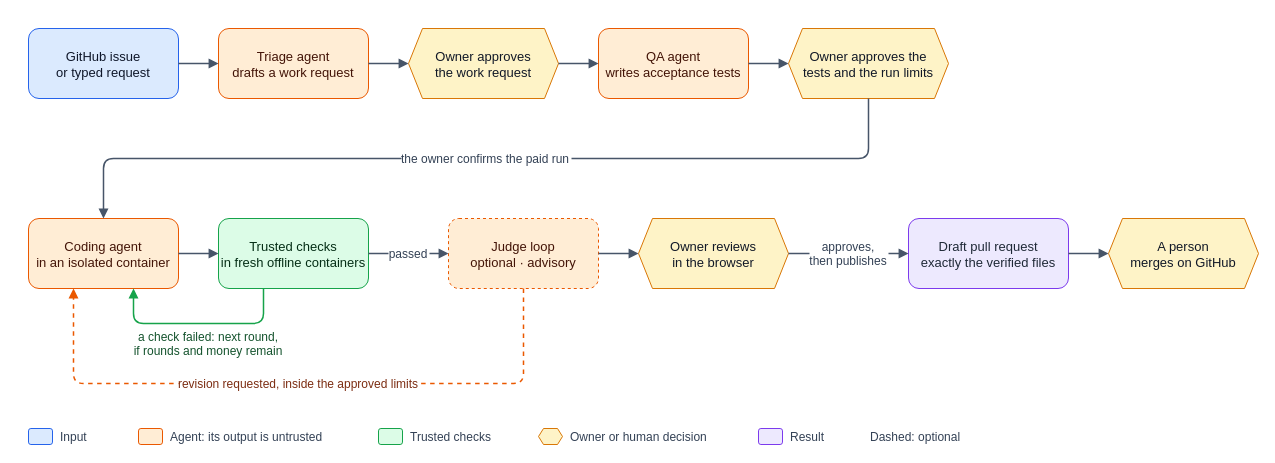
This is diagrams/mvp-workflow.drawio from mikara89/factory-engineering-portal, a draw.io file, before an edit. Source tidied: cells renumbered, new cells numbered last; positions are measured from the earlier drawing's top-left corner, leaving out a move shared by most shapes. Both pictures are drawn from the tidied source at 100%, with x=0, y=0 at pixel (28, 28).
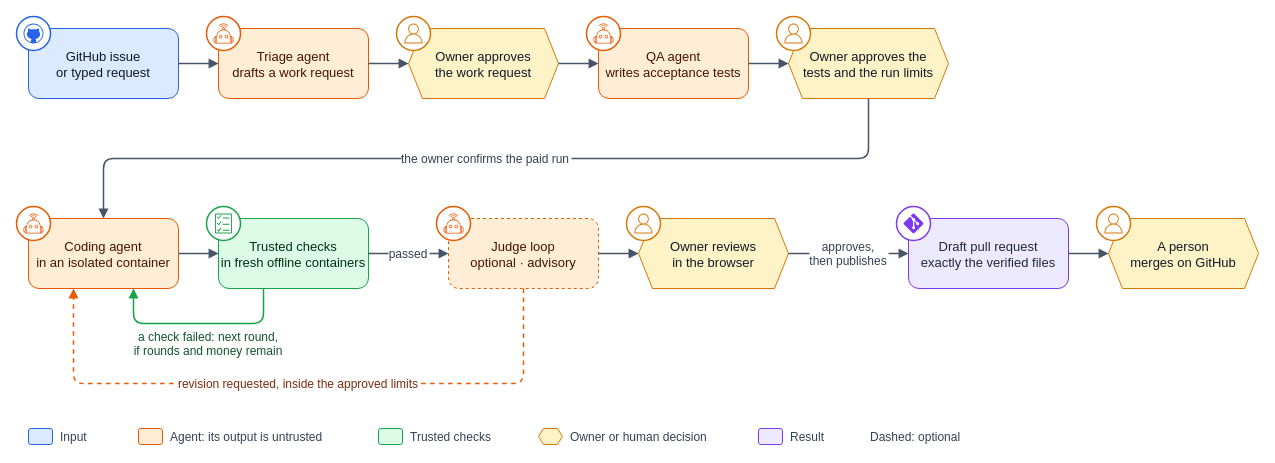
Above is the later version.

What changed in the source:
```diff
@@
+    <mxCell id="36" style="ellipse;fillColor=#FFFFFF;strokeColor=#2563eb;strokeWidth=1.5;html=0;" parent="1" vertex="1">
+      <mxGeometry x="-12" y="-12" width="34" height="34" as="geometry" />
+    </mxCell>
+    <mxCell id="37" style="shape=mxgraph.azure.github_code;fillColor=#2563eb;strokeColor=none;html=0;" parent="1" vertex="1">
+      <mxGeometry x="-5" y="-5" width="20" height="20" as="geometry" />
+    </mxCell>
+    <mxCell id="38" style="ellipse;fillColor=#FFFFFF;strokeColor=#ea5800;strokeWidth=1.5;html=0;" parent="1" vertex="1">
+      <mxGeometry x="178" y="-12" width="34" height="34" as="geometry" />
+    </mxCell>
+    <mxCell id="39" style="shape=mxgraph.aws4.robotics;fillColor=#ea5800;strokeColor=none;html=0;" parent="1" vertex="1">
+      <mxGeometry x="185" y="-5" width="20" height="20" as="geometry" />
+    </mxCell>
+    <mxCell id="40" style="ellipse;fillColor=#FFFFFF;strokeColor=#d97706;strokeWidth=1.5;html=0;" parent="1" vertex="1">
+      <mxGeometry x="368" y="-12" width="34" height="34" as="geometry" />
+    </mxCell>
+    <mxCell id="41" style="shape=mxgraph.aws4.user;fillColor=#d97706;strokeColor=none;html=0;" parent="1" vertex="1">
+      <mxGeometry x="375" y="-5" width="20" height="20" as="geometry" />
+    </mxCell>
+    <mxCell id="42" style="ellipse;fillColor=#FFFFFF;strokeColor=#ea5800;strokeWidth=1.5;html=0;" parent="1" vertex="1">
+      <mxGeometry x="558" y="-12" width="34" height="34" as="geometry" />
+    </mxCell>
+    <mxCell id="43" style="shape=mxgraph.aws4.robotics;fillColor=#ea5800;strokeColor=none;html=0;" parent="1" vertex="1">
+      <mxGeometry x="565" y="-5" width="20" height="20" as="geometry" />
+    </mxCell>
+    <mxCell id="44" style="ellipse;fillColor=#FFFFFF;strokeColor=#d97706;strokeWidth=1.5;html=0;" parent="1" vertex="1">
+      <mxGeometry x="748" y="-12" width="34" height="34" as="geometry" />
+    </mxCell>
+    <mxCell id="45" style="shape=mxgraph.aws4.user;fillColor=#d97706;strokeColor=none;html=0;" parent="1" vertex="1">
+      <mxGeometry x="755" y="-5" width="20" height="20" as="geometry" />
+    </mxCell>
+    <mxCell id="46" style="ellipse;fillColor=#FFFFFF;strokeColor=#ea5800;strokeWidth=1.5;html=0;" parent="1" vertex="1">
+      <mxGeometry x="-12" y="178" width="34" height="34" as="geometry" />
+    </mxCell>
+    <mxCell id="47" style="shape=mxgraph.aws4.robotics;fillColor=#ea5800;strokeColor=none;html=0;" parent="1" vertex="1">
+      <mxGeometry x="-5" y="185" width="20" height="20" as="geometry" />
+    </mxCell>
+    <mxCell id="48" style="ellipse;fillColor=#FFFFFF;strokeColor=#16a34a;strokeWidth=1.5;html=0;" parent="1" vertex="1">
+      <mxGeometry x="178" y="178" width="34" height="34" as="geometry" />
+    </mxCell>
+    <mxCell id="49" style="shape=mxgraph.aws4.checklist;fillColor=#16a34a;strokeColor=none;html=0;" parent="1" vertex="1">
+      <mxGeometry x="185" y="185" width="20" height="20" as="geometry" />
+    </mxCell>
+    <mxCell id="50" style="ellipse;fillColor=#FFFFFF;strokeColor=#ea5800;strokeWidth=1.5;html=0;" parent="1" vertex="1">
+      <mxGeometry x="408" y="178" width="34" height="34" as="geometry" />
+    </mxCell>
+    <mxCell id="51" style="shape=mxgraph.aws4.robotics;fillColor=#ea5800;strokeColor=none;html=0;" parent="1" vertex="1">
+      <mxGeometry x="415" y="185" width="20" height="20" as="geometry" />
+    </mxCell>
+    <mxCell id="52" style="ellipse;fillColor=#FFFFFF;strokeColor=#d97706;strokeWidth=1.5;html=0;" parent="1" vertex="1">
+      <mxGeometry x="598" y="178" width="34" height="34" as="geometry" />
+    </mxCell>
+    <mxCell id="53" style="shape=mxgraph.aws4.user;fillColor=#d97706;strokeColor=none;html=0;" parent="1" vertex="1">
+      <mxGeometry x="605" y="185" width="20" height="20" as="geometry" />
+    </mxCell>
+    <mxCell id="54" style="ellipse;fillColor=#FFFFFF;strokeColor=#7c3aed;strokeWidth=1.5;html=0;" parent="1" vertex="1">
+      <mxGeometry x="868" y="178" width="34" height="34" as="geometry" />
+    </mxCell>
+    <mxCell id="55" style="shape=mxgraph.azure.git_repository;fillColor=#7c3aed;strokeColor=none;html=0;" parent="1" vertex="1">
+      <mxGeometry x="875" y="185" width="20" height="20" as="geometry" />
+    </mxCell>
+    <mxCell id="56" style="ellipse;fillColor=#FFFFFF;strokeColor=#d97706;strokeWidth=1.5;html=0;" parent="1" vertex="1">
+      <mxGeometry x="1068" y="178" width="34" height="34" as="geometry" />
+    </mxCell>
+    <mxCell id="57" style="shape=mxgraph.aws4.user;fillColor=#d97706;strokeColor=none;html=0;" parent="1" vertex="1">
+      <mxGeometry x="1075" y="185" width="20" height="20" as="geometry" />
+    </mxCell>
```
